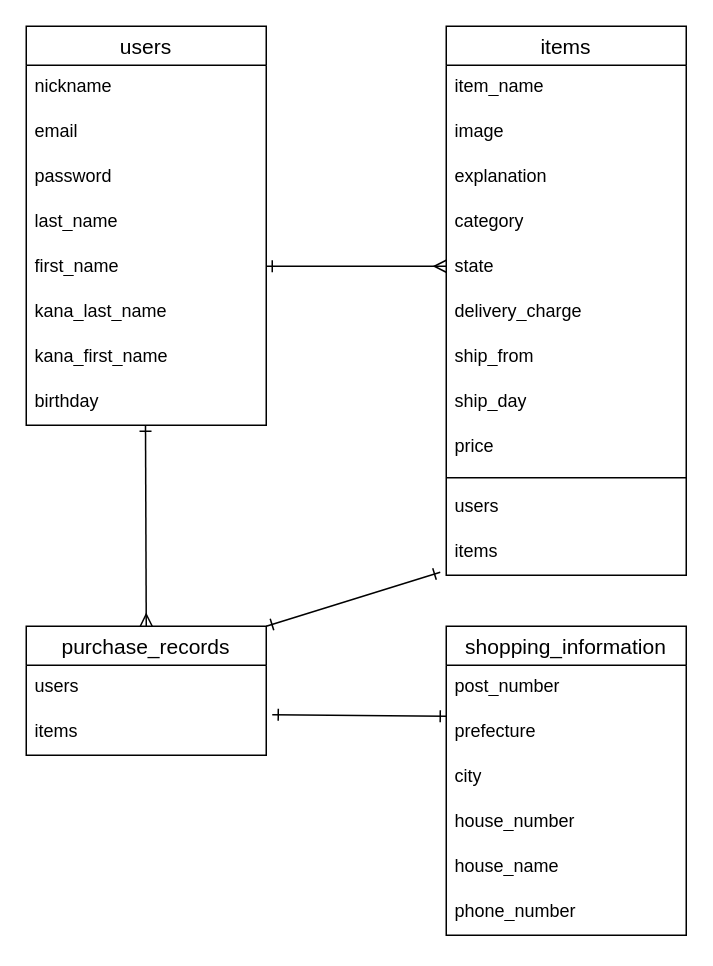
Before: ER.dio in fusgpk-lgtm/furima-46337, a draw.io diagram. Source tidied: cells renumbered, new cells numbered last; positions are measured from the earlier drawing's top-left corner, leaving out a move shared by most shapes. Both pictures are drawn from the tidied source at 150%, with x=0, y=0 at pixel (26, 26).
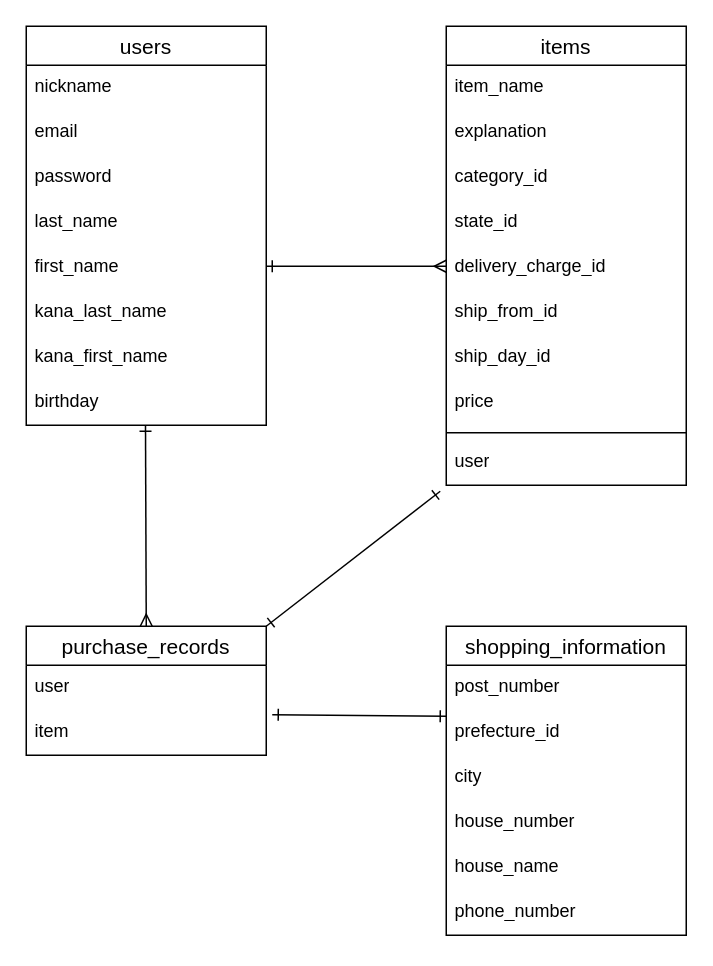
Above is the later version.

Unchanged cells that the change refers to:
```xml
<mxCell id="24" value="shopping_information" style="swimlane;fontStyle=0;horizontal=1;startSize=26;align=center;fontSize=14;" parent="1" vertex="1">
  <mxGeometry x="280" y="400" width="160" height="206" as="geometry" />
</mxCell>
<mxCell id="31" value="purchase_records" style="swimlane;fontStyle=0;horizontal=1;startSize=26;align=center;fontSize=14;" parent="1" vertex="1">
  <mxGeometry y="400" width="160" height="86" as="geometry" />
</mxCell>
```

What changed in the source:
```diff
@@
     <mxCell id="11" value="items" style="swimlane;fontStyle=0;horizontal=1;startSize=26;align=center;fontSize=14;" parent="1" vertex="1">
-      <mxGeometry x="280" width="160" height="366" as="geometry" />
+      <mxGeometry x="280" width="160" height="306" as="geometry" />
     </mxCell>
@@
-    <mxCell id="13" value="image&lt;div&gt;&lt;br&gt;&lt;/div&gt;" style="text;strokeColor=none;fillColor=none;spacingLeft=4;spacingRight=4;overflow=hidden;fontSize=12;whiteSpace=wrap;html=1;" parent="11" vertex="1">
-      <mxGeometry y="56" width="160" height="30" as="geometry" />
-    </mxCell>
     <mxCell id="14" value="explanation" style="text;strokeColor=none;fillColor=none;spacingLeft=4;spacingRight=4;overflow=hidden;fontSize=12;whiteSpace=wrap;html=1;" parent="11" vertex="1">
-      <mxGeometry y="86" width="160" height="30" as="geometry" />
+      <mxGeometry y="56" width="160" height="30" as="geometry" />
     </mxCell>
-    <mxCell id="15" value="category" style="text;strokeColor=none;fillColor=none;spacingLeft=4;spacingRight=4;overflow=hidden;fontSize=12;whiteSpace=wrap;html=1;" parent="11" vertex="1">
-      <mxGeometry y="116" width="160" height="30" as="geometry" />
-    </mxCell>
+    <mxCell id="38" value="category_id" style="text;strokeColor=none;fillColor=none;spacingLeft=4;spacingRight=4;overflow=hidden;fontSize=12;whiteSpace=wrap;html=1;" parent="11" vertex="1">
+      <mxGeometry y="86" width="160" height="30" as="geometry" />
+    </mxCell>
-    <mxCell id="16" value="state" style="text;strokeColor=none;fillColor=none;spacingLeft=4;spacingRight=4;overflow=hidden;fontSize=12;whiteSpace=wrap;html=1;" parent="11" vertex="1">
-      <mxGeometry y="146" width="160" height="30" as="geometry" />
+    <mxCell id="16" value="state_id" style="text;strokeColor=none;fillColor=none;spacingLeft=4;spacingRight=4;overflow=hidden;fontSize=12;whiteSpace=wrap;html=1;" parent="11" vertex="1">
+      <mxGeometry y="116" width="160" height="30" as="geometry" />
     </mxCell>
-    <mxCell id="17" value="delivery_charge" style="text;strokeColor=none;fillColor=none;spacingLeft=4;spacingRight=4;overflow=hidden;fontSize=12;whiteSpace=wrap;html=1;" parent="11" vertex="1">
-      <mxGeometry y="176" width="160" height="30" as="geometry" />
+    <mxCell id="17" value="delivery_charge_id" style="text;strokeColor=none;fillColor=none;spacingLeft=4;spacingRight=4;overflow=hidden;fontSize=12;whiteSpace=wrap;html=1;" parent="11" vertex="1">
+      <mxGeometry y="146" width="160" height="30" as="geometry" />
     </mxCell>
-    <mxCell id="18" value="ship_from" style="text;strokeColor=none;fillColor=none;spacingLeft=4;spacingRight=4;overflow=hidden;fontSize=12;whiteSpace=wrap;html=1;" parent="11" vertex="1">
-      <mxGeometry y="206" width="160" height="30" as="geometry" />
+    <mxCell id="18" value="ship_from_id" style="text;strokeColor=none;fillColor=none;spacingLeft=4;spacingRight=4;overflow=hidden;fontSize=12;whiteSpace=wrap;html=1;" parent="11" vertex="1">
+      <mxGeometry y="176" width="160" height="30" as="geometry" />
     </mxCell>
-    <mxCell id="19" value="ship_day" style="text;strokeColor=none;fillColor=none;spacingLeft=4;spacingRight=4;overflow=hidden;fontSize=12;whiteSpace=wrap;html=1;" parent="11" vertex="1">
-      <mxGeometry y="236" width="160" height="30" as="geometry" />
+    <mxCell id="19" value="ship_day_id" style="text;strokeColor=none;fillColor=none;spacingLeft=4;spacingRight=4;overflow=hidden;fontSize=12;whiteSpace=wrap;html=1;" parent="11" vertex="1">
+      <mxGeometry y="206" width="160" height="30" as="geometry" />
     </mxCell>
     <mxCell id="20" value="price" style="text;strokeColor=none;fillColor=none;spacingLeft=4;spacingRight=4;overflow=hidden;fontSize=12;whiteSpace=wrap;html=1;" parent="11" vertex="1">
-      <mxGeometry y="266" width="160" height="30" as="geometry" />
+      <mxGeometry y="236" width="160" height="30" as="geometry" />
     </mxCell>
     <mxCell id="21" style="line;strokeWidth=1;dashed=0;labelPosition=right;align=left;verticalAlign=middle;spacingTop=0;spacingLeft=6;" parent="11" vertex="1">
-      <mxGeometry y="296" width="160" height="10" as="geometry" />
+      <mxGeometry y="266" width="160" height="10" as="geometry" />
     </mxCell>
-    <mxCell id="22" value="users" style="text;strokeColor=none;fillColor=none;spacingLeft=4;spacingRight=4;overflow=hidden;fontSize=12;whiteSpace=wrap;html=1;" parent="11" vertex="1">
-      <mxGeometry y="306" width="160" height="30" as="geometry" />
+    <mxCell id="22" value="user" style="text;strokeColor=none;fillColor=none;spacingLeft=4;spacingRight=4;overflow=hidden;fontSize=12;whiteSpace=wrap;html=1;" parent="11" vertex="1">
+      <mxGeometry y="276" width="160" height="30" as="geometry" />
     </mxCell>
-    <mxCell id="23" value="items" style="text;strokeColor=none;fillColor=none;spacingLeft=4;spacingRight=4;overflow=hidden;points=[[0,0.5],[1,0.5]];portConstraint=eastwest;fontSize=12;whiteSpace=wrap;html=1;" parent="11" vertex="1">
-      <mxGeometry y="336" width="160" height="30" as="geometry" />
-    </mxCell>
@@
-    <mxCell id="26" value="prefecture" style="text;strokeColor=none;fillColor=none;spacingLeft=4;spacingRight=4;overflow=hidden;fontSize=12;whiteSpace=wrap;html=1;" parent="24" vertex="1">
+    <mxCell id="26" value="prefecture_id" style="text;strokeColor=none;fillColor=none;spacingLeft=4;spacingRight=4;overflow=hidden;fontSize=12;whiteSpace=wrap;html=1;" parent="24" vertex="1">
       <mxGeometry y="56" width="160" height="30" as="geometry" />
     </mxCell>
@@
-    <mxCell id="32" value="users" style="text;strokeColor=none;fillColor=none;spacingLeft=4;spacingRight=4;overflow=hidden;fontSize=12;whiteSpace=wrap;html=1;" parent="31" vertex="1">
+    <mxCell id="32" value="user" style="text;strokeColor=none;fillColor=none;spacingLeft=4;spacingRight=4;overflow=hidden;fontSize=12;whiteSpace=wrap;html=1;" parent="31" vertex="1">
       <mxGeometry y="26" width="160" height="30" as="geometry" />
     </mxCell>
-    <mxCell id="33" value="items" style="text;strokeColor=none;fillColor=none;spacingLeft=4;spacingRight=4;overflow=hidden;points=[[0,0.5],[1,0.5]];portConstraint=eastwest;fontSize=12;whiteSpace=wrap;html=1;" parent="31" vertex="1">
+    <mxCell id="33" value="item" style="text;strokeColor=none;fillColor=none;spacingLeft=4;spacingRight=4;overflow=hidden;points=[[0,0.5],[1,0.5]];portConstraint=eastwest;fontSize=12;whiteSpace=wrap;html=1;" parent="31" vertex="1">
       <mxGeometry y="56" width="160" height="30" as="geometry" />
     </mxCell>
@@
-    <mxCell id="37" style="fontSize=12;html=1;endArrow=ERone;startArrow=ERone;startFill=0;endFill=0;exitX=1;exitY=0;exitDx=0;exitDy=0;exitPerimeter=0;entryX=-0.025;entryY=0.933;entryDx=0;entryDy=0;entryPerimeter=0;" parent="1" edge="1" source="31" target="23">
-      <mxGeometry relative="1" as="geometry" />
+    <mxCell id="37" style="fontSize=12;html=1;endArrow=ERone;startArrow=ERone;startFill=0;endFill=0;exitX=1;exitY=0;exitDx=0;exitDy=0;exitPerimeter=0;" parent="1" edge="1" source="31">
+      <mxGeometry relative="1" as="geometry">
+        <mxPoint x="276" y="310" as="targetPoint" />
+      </mxGeometry>
     </mxCell>
```
